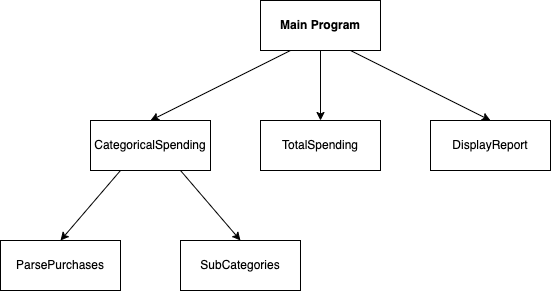
Before: Architectural styles/Language-based Systems/Subroutine Example.png, a diagram exported from draw.io (smitbmx/Architecture-Diagrams). Source tidied: cells renumbered, new cells last; positions are measured from the earlier drawing's top-left corner, leaving out a move shared by most shapes.
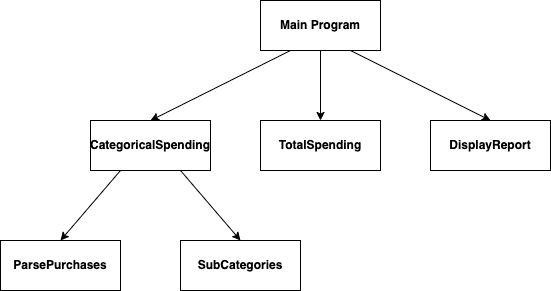
The same diagram one commit later.

What changed in the source:
```diff
@@ -5,19 +5,19 @@
     <mxCell id="2" value="Main Program" style="rounded=0;whiteSpace=wrap;html=1;fontStyle=1;" parent="1" vertex="1">
       <mxGeometry x="260" width="120" height="50" as="geometry" />
     </mxCell>
-    <mxCell id="3" value="TotalSpending" style="rounded=0;whiteSpace=wrap;html=1;" parent="1" vertex="1">
+    <mxCell id="3" value="TotalSpending" style="rounded=0;whiteSpace=wrap;html=1;fontStyle=1;" parent="1" vertex="1">
       <mxGeometry x="260" y="120" width="120" height="50" as="geometry" />
     </mxCell>
-    <mxCell id="4" value="CategoricalSpending" style="rounded=0;whiteSpace=wrap;html=1;" parent="1" vertex="1">
+    <mxCell id="4" value="CategoricalSpending" style="rounded=0;whiteSpace=wrap;html=1;fontStyle=1;" parent="1" vertex="1">
       <mxGeometry x="90" y="120" width="120" height="50" as="geometry" />
     </mxCell>
-    <mxCell id="5" value="DisplayReport" style="rounded=0;whiteSpace=wrap;html=1;" parent="1" vertex="1">
+    <mxCell id="5" value="DisplayReport" style="rounded=0;whiteSpace=wrap;html=1;fontStyle=1;" parent="1" vertex="1">
       <mxGeometry x="430" y="120" width="120" height="50" as="geometry" />
     </mxCell>
-    <mxCell id="6" value="ParsePurchases" style="rounded=0;whiteSpace=wrap;html=1;" parent="1" vertex="1">
+    <mxCell id="6" value="ParsePurchases" style="rounded=0;whiteSpace=wrap;html=1;fontStyle=1;" parent="1" vertex="1">
       <mxGeometry y="240" width="120" height="50" as="geometry" />
     </mxCell>
-    <mxCell id="7" value="SubCategories" style="rounded=0;whiteSpace=wrap;html=1;" parent="1" vertex="1">
+    <mxCell id="7" value="&lt;b&gt;SubCategories&lt;/b&gt;" style="rounded=0;whiteSpace=wrap;html=1;" parent="1" vertex="1">
       <mxGeometry x="180" y="240" width="120" height="50" as="geometry" />
     </mxCell>
     <mxCell id="8" style="endArrow=classic;html=1;rounded=0;exitX=0.5;exitY=1;exitDx=0;exitDy=0;entryX=0.5;entryY=0;entryDx=0;entryDy=0;" parent="1" edge="1" source="2" target="3">
```
